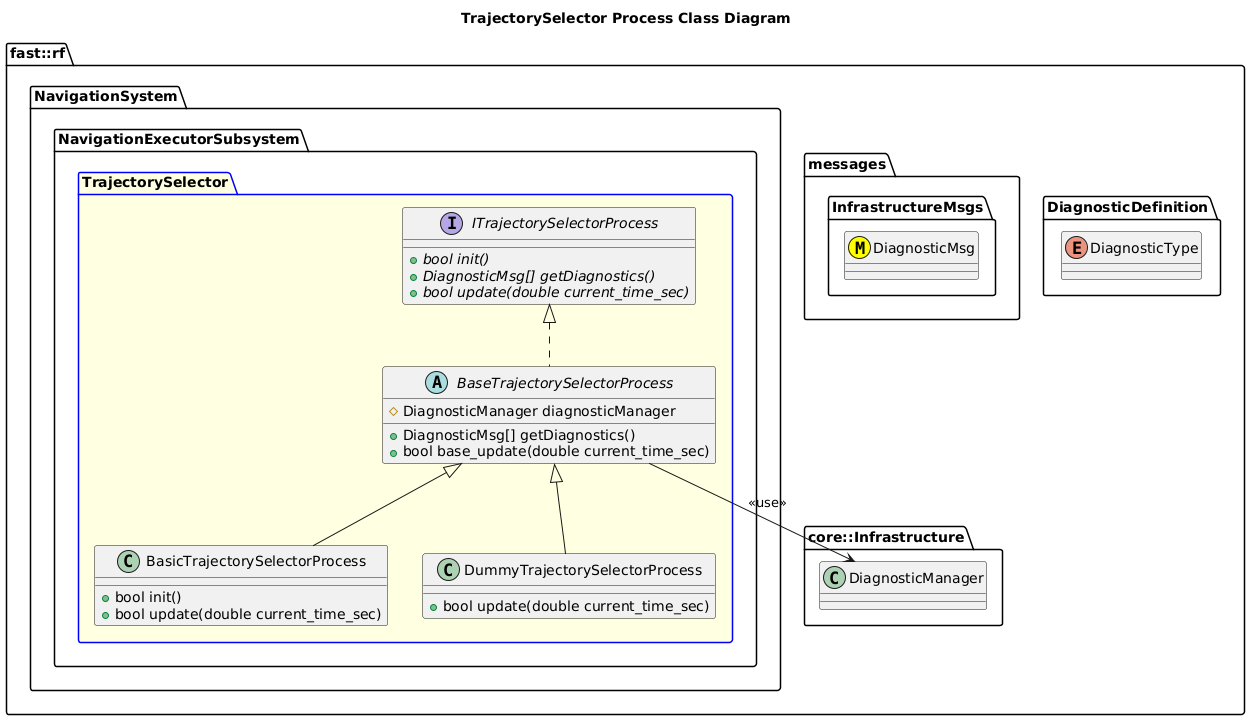
The PlantUML diagram Systems/Navigation/Subsystems/NavigationExecutor/Processes/TrajectorySelector/doc/puml/TrajectorySelectorProcessClassDiagram.png in fastrobotics/robot_framework, before a commit.
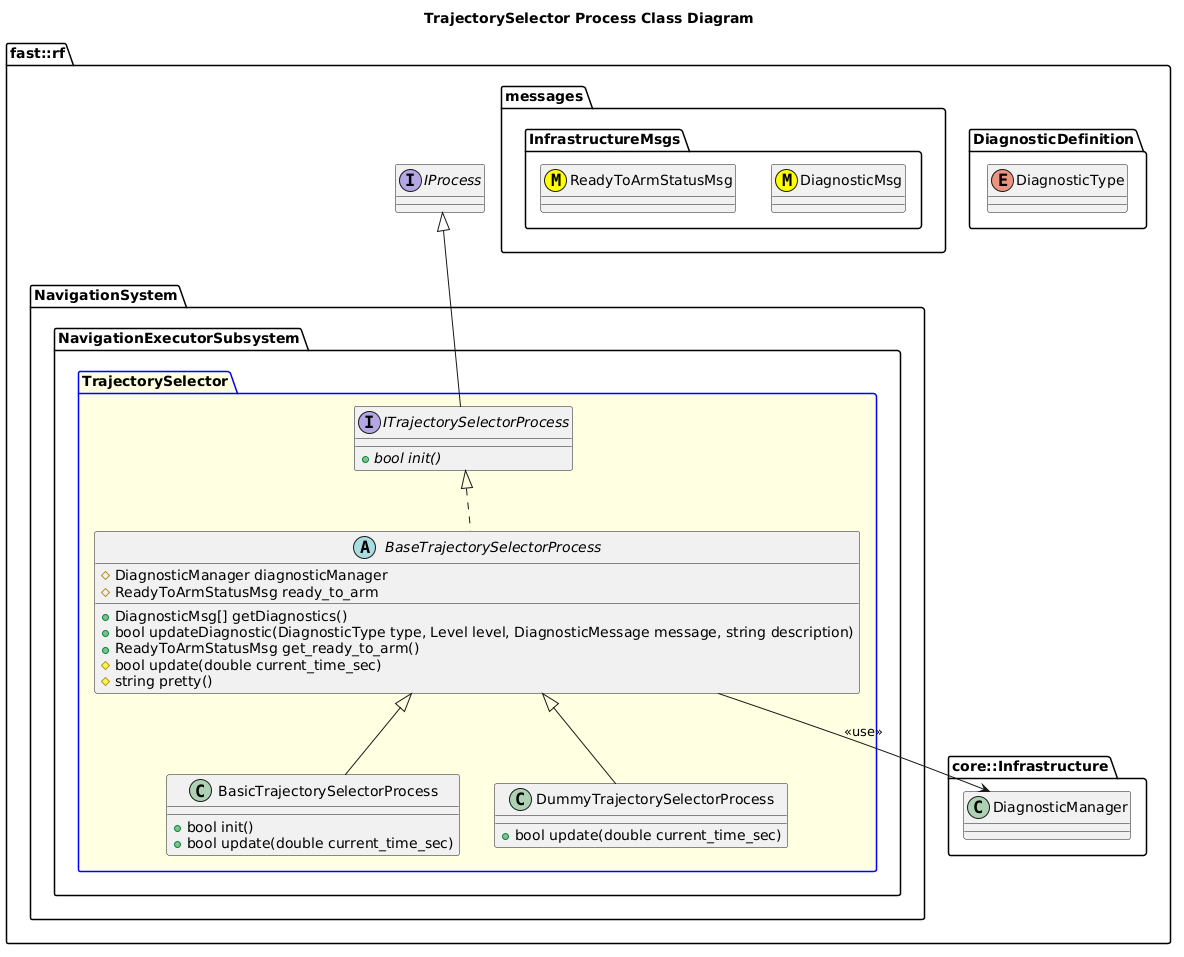
Later version of the same file.

Diff of the diagram source:
```diff
@@ -8,23 +8,28 @@
   namespace messages {
     namespace InfrastructureMsgs {
       class DiagnosticMsg <<(M,#FFFF00)>>
+      class ReadyToArmStatusMsg <<(M,#FFFF00)>>
     }
   }
   namespace core::Infrastructure {
     class DiagnosticManager
   }
+  interface IProcess
   namespace NavigationSystem {
     namespace NavigationExecutorSubsystem {
       package TrajectorySelector #LightYellow;line:blue {
         interface ITrajectorySelectorProcess  {
           +{abstract} bool init()
-          +{abstract} DiagnosticMsg[] getDiagnostics()
-          +{abstract} bool update(double current_time_sec)
         }
+        ITrajectorySelectorProcess -up-|> IProcess
         abstract BaseTrajectorySelectorProcess {
           +DiagnosticMsg[] getDiagnostics()
-          +bool base_update(double current_time_sec)
+          +bool updateDiagnostic(DiagnosticType type, Level level, DiagnosticMessage message, string description)
+          +ReadyToArmStatusMsg get_ready_to_arm()
+          #bool update(double current_time_sec)
+          #string pretty()
           #DiagnosticManager diagnosticManager
+          #ReadyToArmStatusMsg ready_to_arm
 
         }
         BaseTrajectorySelectorProcess .up.|> ITrajectorySelectorProcess
```
